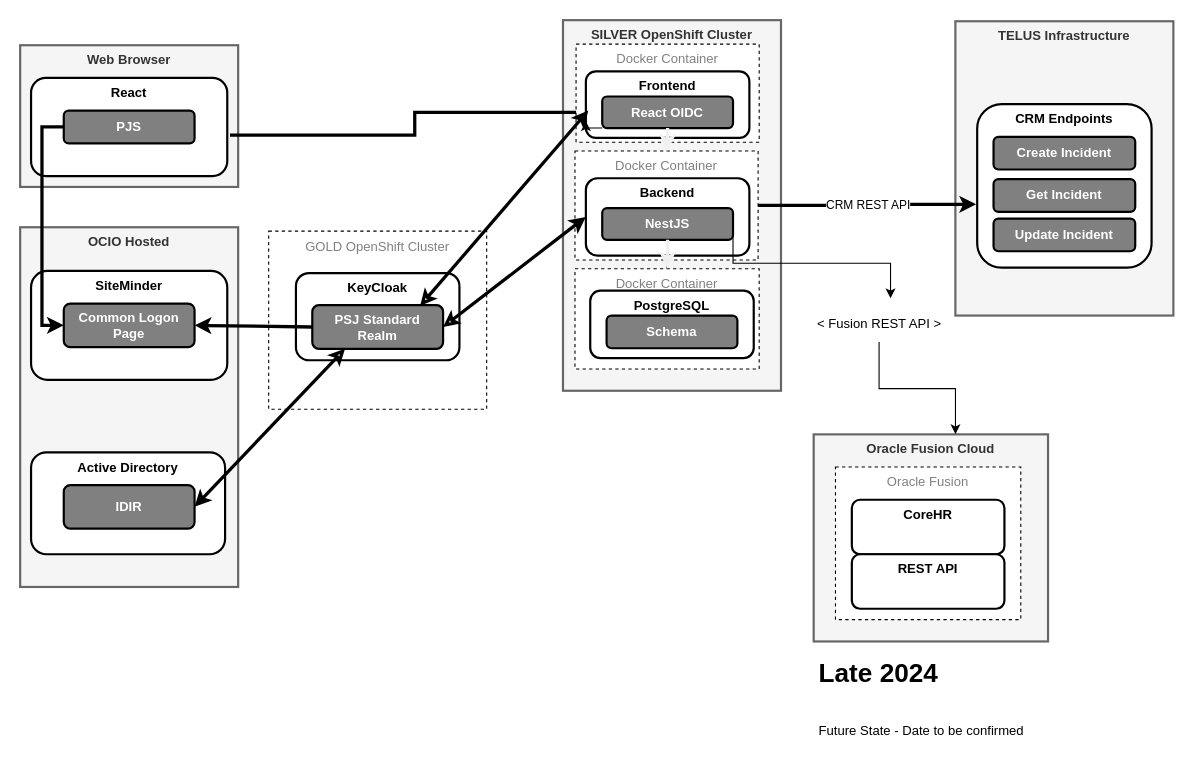
This is page "Future State (after Fall 2024)" (3 of 3) of docs/architecture/architecture.drawio from bcgov/psa-job-store, a draw.io file, before an edit. Source tidied: cells renumbered, new cells numbered last; positions are measured from the earlier drawing's top-left corner, leaving out a move shared by most shapes. Both pictures are drawn from the tidied source at 109%, with x=0, y=0 at pixel (20, 20).
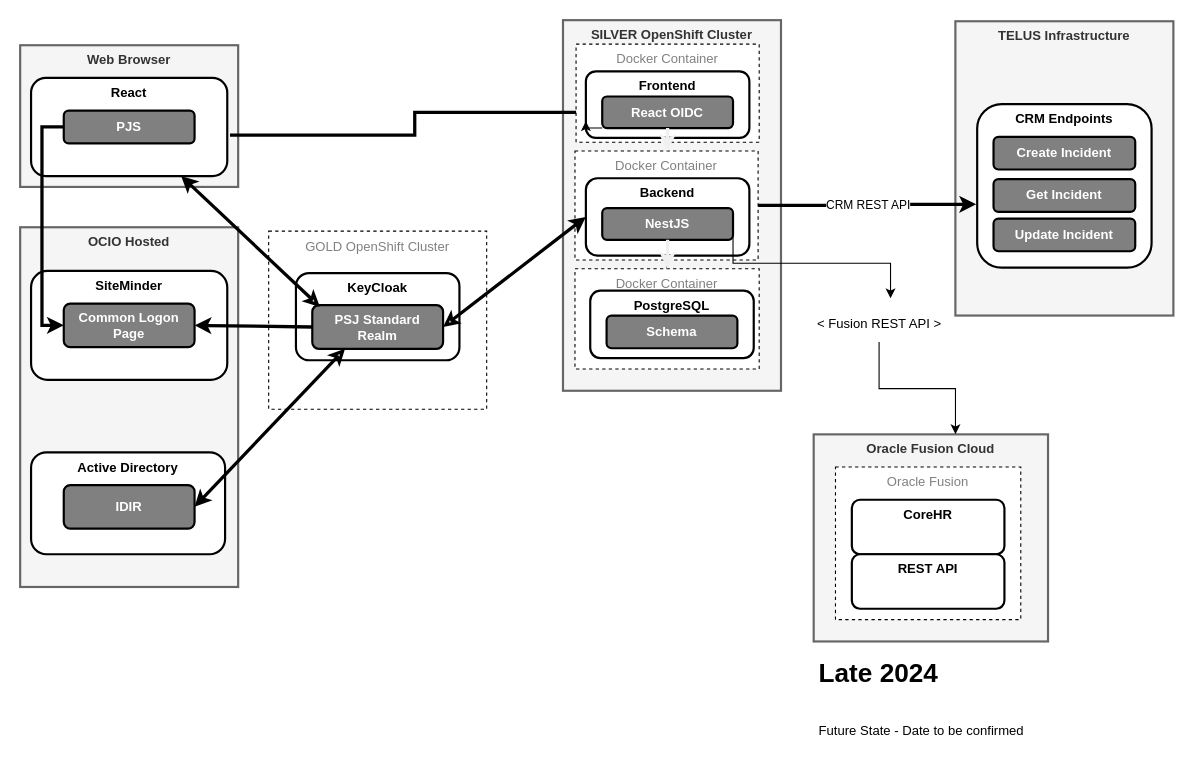
The same page after the edit.

The change refers to these unchanged cells:
```xml
<mxCell id="4" value="React" style="rounded=1;whiteSpace=wrap;html=1;strokeWidth=2;verticalAlign=top;fontStyle=1;" parent="1" vertex="1">
  <mxGeometry x="10" y="53" width="180" height="90" as="geometry" />
</mxCell>
<mxCell id="15" value="PSJ Standard&lt;br&gt;Realm" style="rounded=1;whiteSpace=wrap;html=1;strokeWidth=2;fillColor=#808080;fontColor=#FFFFFF;fontStyle=1;" parent="1" vertex="1">
  <mxGeometry x="268" y="261.5" width="120" height="40" as="geometry" />
</mxCell>
<mxCell id="20" value="Frontend" style="rounded=1;whiteSpace=wrap;html=1;strokeWidth=2;verticalAlign=top;fontStyle=1;" parent="1" vertex="1">
  <mxGeometry x="519" y="47" width="150" height="61" as="geometry" />
</mxCell>
```

Change to the diagram source:
```diff
@@
-    <mxCell id="23" style="rounded=0;jettySize=auto;html=1;startArrow=classic;startFill=none;endArrow=classic;endFill=0;fontColor=#FFFFFF;entryX=0.825;entryY=0.013;entryDx=0;entryDy=0;strokeWidth=3;exitX=0.015;exitY=0.59;exitDx=0;exitDy=0;entryPerimeter=0;exitPerimeter=0;" parent="1" edge="1" source="20" target="15">
+    <mxCell id="23" style="rounded=0;jettySize=auto;html=1;startArrow=classic;startFill=none;endArrow=classic;endFill=0;fontColor=#FFFFFF;entryX=0.058;entryY=0.038;entryDx=0;entryDy=0;strokeWidth=3;entryPerimeter=0;" parent="1" edge="1" source="4" target="15">
       <mxGeometry relative="1" as="geometry" />
     </mxCell>
```
